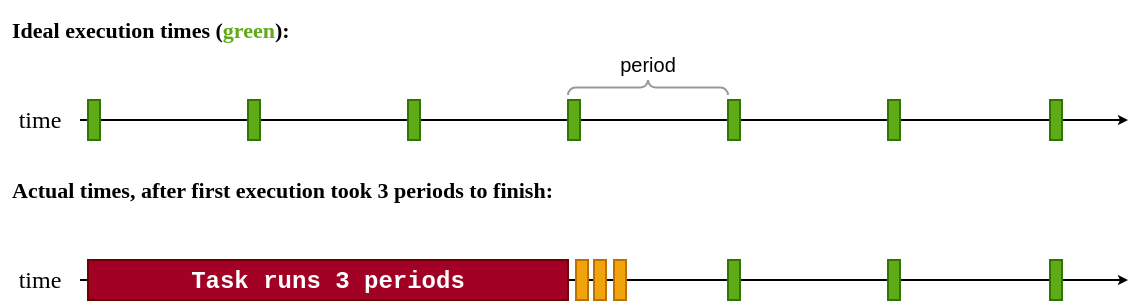
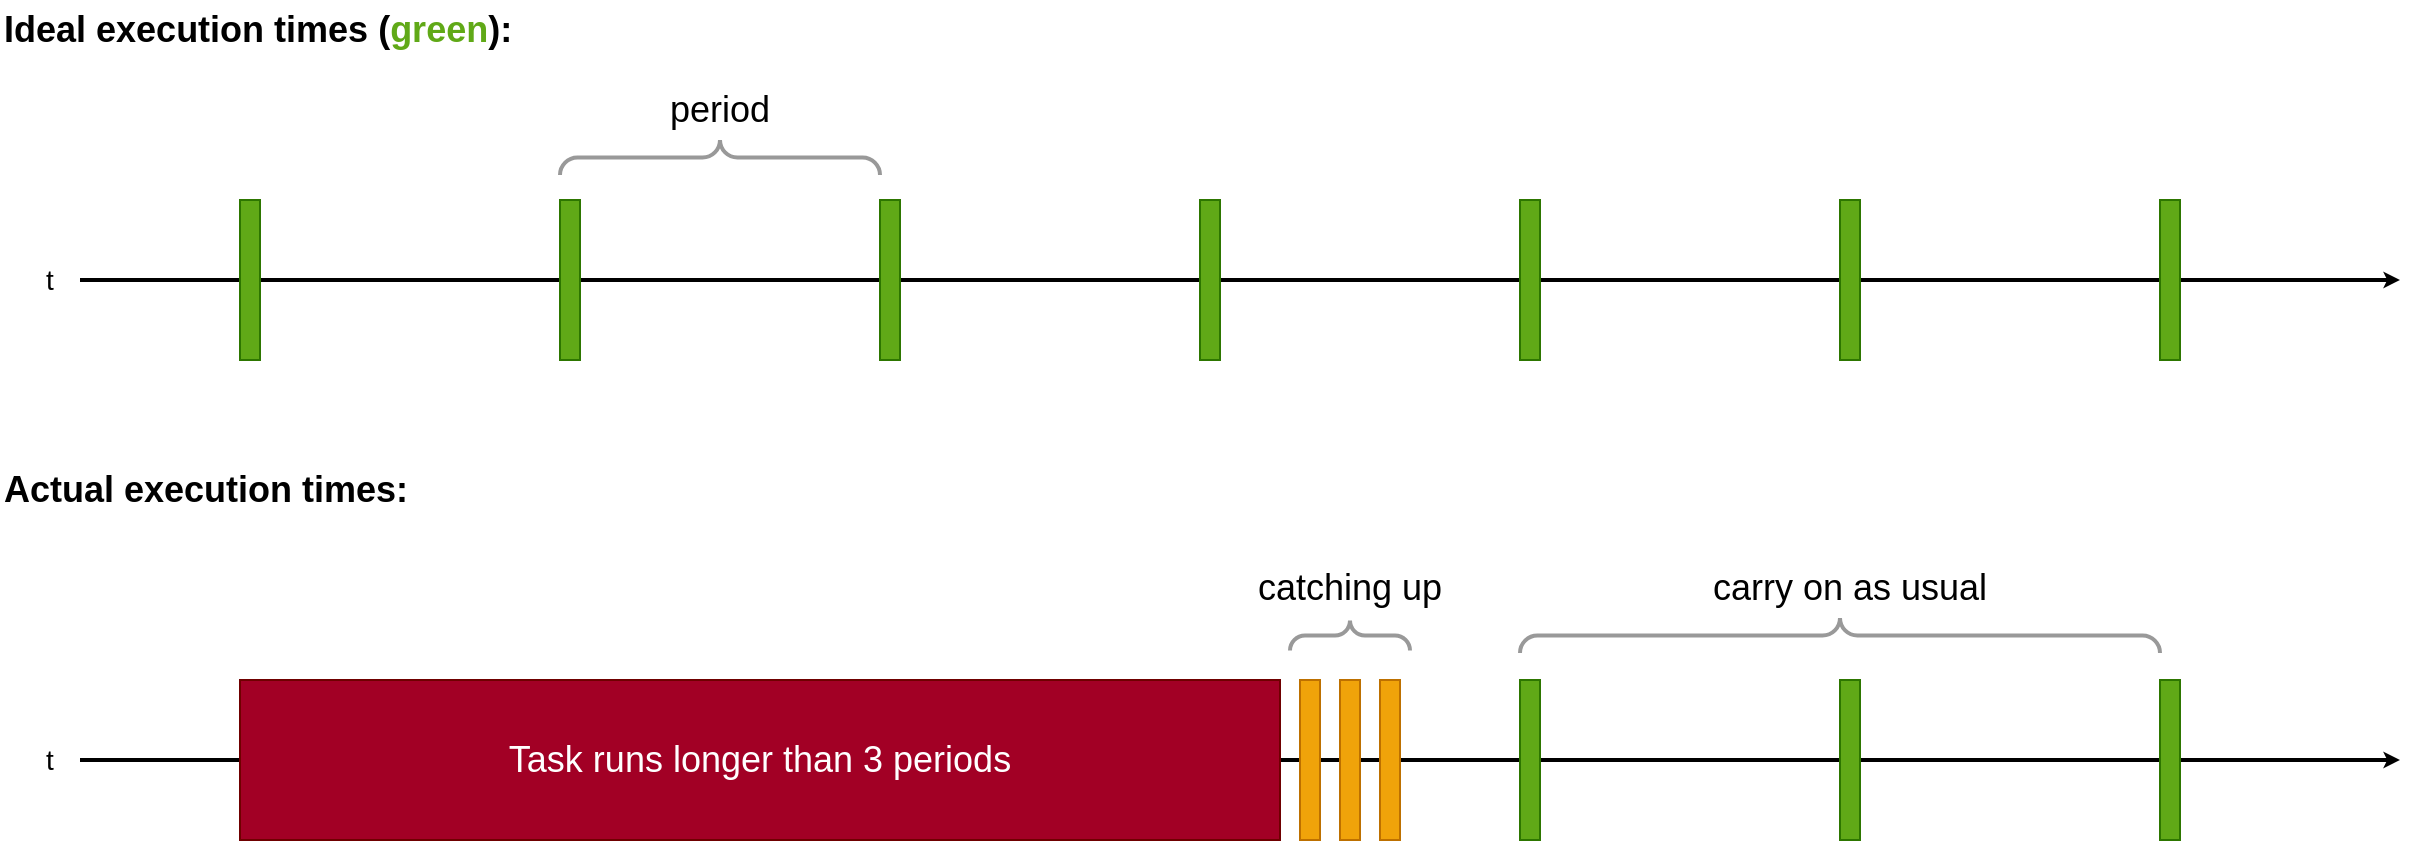
<mxfile host="Electron" agent="Mozilla/5.0 (Macintosh; Intel Mac OS X 10_15_7) AppleWebKit/537.36 (KHTML, like Gecko) draw.io/29.0.3 Chrome/140.0.7339.249 Electron/38.7.0 Safari/537.36" version="29.0.3">
  <diagram name="Page-1" id="5nJHkIAeIIt3vIOJ5f4q">
-     <mxGraphModel dx="2008" dy="697" grid="1" gridSize="10" guides="1" tooltips="1" connect="1" arrows="1" fold="1" page="1" pageScale="1" pageWidth="827" pageHeight="1169" math="0" shadow="0">
+     <mxGraphModel dx="2893" dy="1219" grid="1" gridSize="10" guides="1" tooltips="1" connect="1" arrows="1" fold="1" page="1" pageScale="1" pageWidth="827" pageHeight="1169" background="#ffffff" math="0" shadow="0">
      <root>
        <mxCell id="0" />
        <mxCell id="1" parent="0" />
-         <mxCell id="reIAkX-o64r625ZqEnyy-7" value="" style="endArrow=classic;html=1;rounded=0;fillColor=#f5f5f5;strokeColor=#000000;strokeWidth=1;curved=0;startArrow=none;startFill=0;endFill=1;endSize=2;" parent="1" edge="1" source="-B6i6Y5QRzGt6cvxDbgv-1">
+         <mxCell id="-B6i6Y5QRzGt6cvxDbgv-6" value="" style="verticalLabelPosition=bottom;shadow=0;dashed=0;align=center;html=1;verticalAlign=top;strokeWidth=2;shape=mxgraph.mockup.markup.curlyBrace;whiteSpace=wrap;strokeColor=#999999;" parent="1" vertex="1">
+           <mxGeometry x="-200" y="330" width="160" height="17.5" as="geometry" />
+         </mxCell>
+         <mxCell id="FLYr0ToYYAnT3Yz76uXz-1" value="" style="endArrow=classic;html=1;rounded=0;fillColor=#f5f5f5;strokeColor=#000000;strokeWidth=2;curved=0;startArrow=none;startFill=0;endFill=1;endSize=2;" edge="1" parent="1">
          <mxGeometry width="50" height="50" relative="1" as="geometry">
-             <mxPoint x="30" y="120" as="sourcePoint" />
-             <mxPoint x="560" y="120" as="targetPoint" />
+             <mxPoint x="-440" y="400" as="sourcePoint" />
+             <mxPoint x="720" y="400" as="targetPoint" />
          </mxGeometry>
        </mxCell>
-         <mxCell id="reIAkX-o64r625ZqEnyy-15" value="" style="endArrow=classic;html=1;rounded=0;fillColor=#f5f5f5;strokeColor=#000000;strokeWidth=1;curved=0;startArrow=none;startFill=0;endFill=1;endSize=2;" parent="1" edge="1" source="-B6i6Y5QRzGt6cvxDbgv-3">
+         <mxCell id="FLYr0ToYYAnT3Yz76uXz-2" value="" style="rounded=0;whiteSpace=wrap;html=1;fillColor=#60a917;fontColor=#ffffff;strokeColor=#2D7600;" vertex="1" parent="1">
+           <mxGeometry x="-200" y="360" width="10" height="80" as="geometry" />
+         </mxCell>
+         <mxCell id="FLYr0ToYYAnT3Yz76uXz-4" value="" style="rounded=0;whiteSpace=wrap;html=1;fillColor=#60a917;fontColor=#ffffff;strokeColor=#2D7600;" vertex="1" parent="1">
+           <mxGeometry x="-40" y="360" width="10" height="80" as="geometry" />
+         </mxCell>
+         <mxCell id="FLYr0ToYYAnT3Yz76uXz-5" value="" style="rounded=0;whiteSpace=wrap;html=1;fillColor=#60a917;fontColor=#ffffff;strokeColor=#2D7600;" vertex="1" parent="1">
+           <mxGeometry x="120" y="360" width="10" height="80" as="geometry" />
+         </mxCell>
+         <mxCell id="FLYr0ToYYAnT3Yz76uXz-6" value="" style="rounded=0;whiteSpace=wrap;html=1;fillColor=#60a917;fontColor=#ffffff;strokeColor=#2D7600;" vertex="1" parent="1">
+           <mxGeometry x="280" y="360" width="10" height="80" as="geometry" />
+         </mxCell>
+         <mxCell id="FLYr0ToYYAnT3Yz76uXz-7" value="" style="rounded=0;whiteSpace=wrap;html=1;fillColor=#60a917;fontColor=#ffffff;strokeColor=#2D7600;" vertex="1" parent="1">
+           <mxGeometry x="440" y="360" width="10" height="80" as="geometry" />
+         </mxCell>
+         <mxCell id="FLYr0ToYYAnT3Yz76uXz-8" value="" style="rounded=0;whiteSpace=wrap;html=1;fillColor=#60a917;fontColor=#ffffff;strokeColor=#2D7600;" vertex="1" parent="1">
+           <mxGeometry x="600" y="360" width="10" height="80" as="geometry" />
+         </mxCell>
+         <mxCell id="FLYr0ToYYAnT3Yz76uXz-9" value="" style="rounded=0;whiteSpace=wrap;html=1;fillColor=#60a917;fontColor=#ffffff;strokeColor=#2D7600;" vertex="1" parent="1">
+           <mxGeometry x="-360" y="360" width="10" height="80" as="geometry" />
+         </mxCell>
+         <mxCell id="FLYr0ToYYAnT3Yz76uXz-10" value="&lt;span style=&quot;color: rgb(0, 0, 0);&quot;&gt;&lt;font style=&quot;font-size: 18px;&quot;&gt;period&lt;/font&gt;&lt;/span&gt;" style="text;html=1;whiteSpace=wrap;strokeColor=none;fillColor=none;align=center;verticalAlign=middle;rounded=0;" vertex="1" parent="1">
+           <mxGeometry x="-150" y="300" width="60" height="30" as="geometry" />
+         </mxCell>
+         <mxCell id="FLYr0ToYYAnT3Yz76uXz-11" value="&lt;span&gt;&lt;font style=&quot;font-size: 18px;&quot;&gt;&lt;b style=&quot;&quot;&gt;&lt;font color=&quot;#000000&quot;&gt;Ideal execution times (&lt;/font&gt;&lt;font style=&quot;color: rgb(96, 169, 23);&quot;&gt;green&lt;/font&gt;&lt;font color=&quot;#000000&quot;&gt;):&lt;/font&gt;&lt;/b&gt;&lt;/font&gt;&lt;/span&gt;" style="text;html=1;whiteSpace=wrap;strokeColor=none;fillColor=none;align=left;verticalAlign=middle;rounded=0;" vertex="1" parent="1">
+           <mxGeometry x="-480" y="260" width="400" height="30" as="geometry" />
+         </mxCell>
+         <mxCell id="FLYr0ToYYAnT3Yz76uXz-12" value="&lt;span style=&quot;color: rgb(0, 0, 0); font-size: 14px;&quot;&gt;t&lt;/span&gt;" style="text;html=1;whiteSpace=wrap;strokeColor=none;fillColor=none;align=center;verticalAlign=middle;rounded=0;" vertex="1" parent="1">
+           <mxGeometry x="-470" y="385" width="30" height="30" as="geometry" />
+         </mxCell>
+         <mxCell id="FLYr0ToYYAnT3Yz76uXz-13" value="&lt;font color=&quot;#000000&quot;&gt;&lt;span style=&quot;font-size: 18px;&quot;&gt;&lt;b&gt;Actual execution times:&lt;/b&gt;&lt;/span&gt;&lt;/font&gt;" style="text;html=1;whiteSpace=wrap;strokeColor=none;fillColor=none;align=left;verticalAlign=middle;rounded=0;" vertex="1" parent="1">
+           <mxGeometry x="-480" y="490" width="400" height="30" as="geometry" />
+         </mxCell>
+         <mxCell id="FLYr0ToYYAnT3Yz76uXz-15" value="" style="endArrow=classic;html=1;rounded=0;fillColor=#f5f5f5;strokeColor=#000000;strokeWidth=2;curved=0;startArrow=none;startFill=0;endFill=1;endSize=2;exitX=1;exitY=0.5;exitDx=0;exitDy=0;" edge="1" parent="1" source="FLYr0ToYYAnT3Yz76uXz-16">
          <mxGeometry width="50" height="50" relative="1" as="geometry">
-             <mxPoint y="200" as="sourcePoint" />
-             <mxPoint x="560" y="200" as="targetPoint" />
+             <mxPoint x="-440" y="640" as="sourcePoint" />
+             <mxPoint x="720" y="640" as="targetPoint" />
          </mxGeometry>
        </mxCell>
-         <mxCell id="reIAkX-o64r625ZqEnyy-19" value="&lt;font face=&quot;Courier New&quot;&gt;&lt;b&gt;Task runs 3 periods&lt;/b&gt;&lt;/font&gt;" style="rounded=0;whiteSpace=wrap;html=1;fillColor=#a20025;strokeColor=#6F0000;fontColor=#ffffff;" parent="1" vertex="1">
-           <mxGeometry x="40" y="190" width="240" height="20" as="geometry" />
+         <mxCell id="FLYr0ToYYAnT3Yz76uXz-16" value="&lt;span style=&quot;color: rgb(0, 0, 0); font-size: 14px;&quot;&gt;t&lt;/span&gt;" style="text;html=1;whiteSpace=wrap;strokeColor=none;fillColor=none;align=center;verticalAlign=middle;rounded=0;" vertex="1" parent="1">
+           <mxGeometry x="-470" y="625" width="30" height="30" as="geometry" />
        </mxCell>
-         <mxCell id="reIAkX-o64r625ZqEnyy-23" value="" style="rounded=0;whiteSpace=wrap;html=1;fillColor=#f0a30a;fontColor=#000000;strokeColor=#BD7000;" parent="1" vertex="1">
-           <mxGeometry x="284" y="190" width="6" height="20" as="geometry" />
+         <mxCell id="FLYr0ToYYAnT3Yz76uXz-17" value="&lt;font style=&quot;color: rgb(255, 255, 255); font-size: 18px;&quot;&gt;Task runs longer than 3 periods&lt;/font&gt;" style="rounded=0;whiteSpace=wrap;html=1;fillColor=#a20025;fontColor=#ffffff;strokeColor=#6F0000;" vertex="1" parent="1">
+           <mxGeometry x="-360" y="600" width="520" height="80" as="geometry" />
        </mxCell>
-         <mxCell id="reIAkX-o64r625ZqEnyy-27" value="" style="rounded=0;whiteSpace=wrap;html=1;fillColor=#f0a30a;fontColor=#000000;strokeColor=#BD7000;" parent="1" vertex="1">
-           <mxGeometry x="303" y="190" width="6" height="20" as="geometry" />
+         <mxCell id="FLYr0ToYYAnT3Yz76uXz-19" value="" style="rounded=0;whiteSpace=wrap;html=1;fillColor=#60a917;fontColor=#ffffff;strokeColor=#2D7600;" vertex="1" parent="1">
+           <mxGeometry x="280" y="600" width="10" height="80" as="geometry" />
        </mxCell>
-         <mxCell id="reIAkX-o64r625ZqEnyy-28" value="" style="rounded=0;whiteSpace=wrap;html=1;fillColor=#f0a30a;fontColor=#000000;strokeColor=#BD7000;" parent="1" vertex="1">
-           <mxGeometry x="293" y="190" width="6" height="20" as="geometry" />
+         <mxCell id="FLYr0ToYYAnT3Yz76uXz-20" value="" style="rounded=0;whiteSpace=wrap;html=1;fillColor=#f0a30a;fontColor=#000000;strokeColor=#BD7000;" vertex="1" parent="1">
+           <mxGeometry x="170" y="600" width="10" height="80" as="geometry" />
        </mxCell>
-         <mxCell id="reIAkX-o64r625ZqEnyy-29" value="" style="rounded=0;whiteSpace=wrap;html=1;fillColor=#60a917;fontColor=#ffffff;strokeColor=#2D7600;" parent="1" vertex="1">
-           <mxGeometry x="440" y="190" width="6" height="20" as="geometry" />
+         <mxCell id="FLYr0ToYYAnT3Yz76uXz-21" value="" style="rounded=0;whiteSpace=wrap;html=1;fillColor=#f0a30a;fontColor=#000000;strokeColor=#BD7000;" vertex="1" parent="1">
+           <mxGeometry x="190" y="600" width="10" height="80" as="geometry" />
        </mxCell>
-         <mxCell id="reIAkX-o64r625ZqEnyy-30" value="" style="rounded=0;whiteSpace=wrap;html=1;fillColor=#60a917;fontColor=#ffffff;strokeColor=#2D7600;" parent="1" vertex="1">
-           <mxGeometry x="360" y="190" width="6" height="20" as="geometry" />
+         <mxCell id="FLYr0ToYYAnT3Yz76uXz-22" value="" style="rounded=0;whiteSpace=wrap;html=1;fillColor=#f0a30a;fontColor=#000000;strokeColor=#BD7000;" vertex="1" parent="1">
+           <mxGeometry x="210" y="600" width="10" height="80" as="geometry" />
        </mxCell>
-         <mxCell id="reIAkX-o64r625ZqEnyy-31" value="" style="rounded=0;whiteSpace=wrap;html=1;fillColor=#60a917;fontColor=#ffffff;strokeColor=#2D7600;" parent="1" vertex="1">
-           <mxGeometry x="521" y="190" width="6" height="20" as="geometry" />
+         <mxCell id="FLYr0ToYYAnT3Yz76uXz-23" value="" style="rounded=0;whiteSpace=wrap;html=1;fillColor=#60a917;fontColor=#ffffff;strokeColor=#2D7600;" vertex="1" parent="1">
+           <mxGeometry x="440" y="600" width="10" height="80" as="geometry" />
        </mxCell>
-         <mxCell id="reIAkX-o64r625ZqEnyy-39" value="&lt;font style=&quot;font-size: 11px;&quot; face=&quot;Verdana&quot;&gt;&lt;b style=&quot;&quot;&gt;Ideal execution times (&lt;font style=&quot;color: rgb(96, 169, 23);&quot;&gt;green&lt;/font&gt;):&lt;/b&gt;&lt;/font&gt;" style="text;html=1;whiteSpace=wrap;strokeColor=none;fillColor=none;align=left;verticalAlign=middle;rounded=0;" parent="1" vertex="1">
-           <mxGeometry y="60" width="200" height="30" as="geometry" />
+         <mxCell id="FLYr0ToYYAnT3Yz76uXz-24" value="" style="rounded=0;whiteSpace=wrap;html=1;fillColor=#60a917;fontColor=#ffffff;strokeColor=#2D7600;" vertex="1" parent="1">
+           <mxGeometry x="600" y="600" width="10" height="80" as="geometry" />
        </mxCell>
-         <mxCell id="reIAkX-o64r625ZqEnyy-40" value="&lt;font style=&quot;font-size: 11px;&quot; face=&quot;Verdana&quot;&gt;&lt;b style=&quot;&quot;&gt;Actual times, after first execution took 3 periods to finish:&lt;/b&gt;&lt;/font&gt;" style="text;html=1;whiteSpace=wrap;strokeColor=none;fillColor=none;align=left;verticalAlign=middle;rounded=0;" parent="1" vertex="1">
-           <mxGeometry y="140" width="540" height="30" as="geometry" />
+         <mxCell id="FLYr0ToYYAnT3Yz76uXz-25" value="" style="verticalLabelPosition=bottom;shadow=0;dashed=0;align=center;html=1;verticalAlign=top;strokeWidth=2;shape=mxgraph.mockup.markup.curlyBrace;whiteSpace=wrap;strokeColor=#999999;" vertex="1" parent="1">
+           <mxGeometry x="165" y="569" width="60" height="17.5" as="geometry" />
        </mxCell>
-         <mxCell id="reIAkX-o64r625ZqEnyy-41" value="" style="rounded=0;whiteSpace=wrap;html=1;fillColor=#60a917;fontColor=#ffffff;strokeColor=#2D7600;" parent="1" vertex="1">
-           <mxGeometry x="40" y="110" width="6" height="20" as="geometry" />
+         <mxCell id="FLYr0ToYYAnT3Yz76uXz-26" value="&lt;span style=&quot;color: rgb(0, 0, 0);&quot;&gt;&lt;font style=&quot;font-size: 18px;&quot;&gt;catching up&lt;/font&gt;&lt;/span&gt;" style="text;html=1;whiteSpace=wrap;strokeColor=none;fillColor=none;align=center;verticalAlign=middle;rounded=0;" vertex="1" parent="1">
+           <mxGeometry x="141.25" y="539" width="107.5" height="30" as="geometry" />
        </mxCell>
-         <mxCell id="reIAkX-o64r625ZqEnyy-45" value="" style="rounded=0;whiteSpace=wrap;html=1;fillColor=#60a917;fontColor=#ffffff;strokeColor=#2D7600;" parent="1" vertex="1">
-           <mxGeometry x="120" y="110" width="6" height="20" as="geometry" />
+         <mxCell id="FLYr0ToYYAnT3Yz76uXz-27" value="" style="verticalLabelPosition=bottom;shadow=0;dashed=0;align=center;html=1;verticalAlign=top;strokeWidth=2;shape=mxgraph.mockup.markup.curlyBrace;whiteSpace=wrap;strokeColor=#999999;" vertex="1" parent="1">
+           <mxGeometry x="280" y="569" width="320" height="17.5" as="geometry" />
        </mxCell>
-         <mxCell id="reIAkX-o64r625ZqEnyy-46" value="" style="rounded=0;whiteSpace=wrap;html=1;fillColor=#60a917;fontColor=#ffffff;strokeColor=#2D7600;" parent="1" vertex="1">
-           <mxGeometry x="200" y="110" width="6" height="20" as="geometry" />
-         </mxCell>
-         <mxCell id="reIAkX-o64r625ZqEnyy-47" value="" style="rounded=0;whiteSpace=wrap;html=1;fillColor=#60a917;fontColor=#ffffff;strokeColor=#2D7600;" parent="1" vertex="1">
-           <mxGeometry x="280" y="110" width="6" height="20" as="geometry" />
-         </mxCell>
-         <mxCell id="reIAkX-o64r625ZqEnyy-48" value="" style="rounded=0;whiteSpace=wrap;html=1;fillColor=#60a917;fontColor=#ffffff;strokeColor=#2D7600;" parent="1" vertex="1">
-           <mxGeometry x="360" y="110" width="6" height="20" as="geometry" />
-         </mxCell>
-         <mxCell id="reIAkX-o64r625ZqEnyy-49" value="" style="rounded=0;whiteSpace=wrap;html=1;fillColor=#60a917;fontColor=#ffffff;strokeColor=#2D7600;" parent="1" vertex="1">
-           <mxGeometry x="440" y="110" width="6" height="20" as="geometry" />
-         </mxCell>
-         <mxCell id="reIAkX-o64r625ZqEnyy-50" value="" style="rounded=0;whiteSpace=wrap;html=1;fillColor=#60a917;fontColor=#ffffff;strokeColor=#2D7600;" parent="1" vertex="1">
-           <mxGeometry x="521" y="110" width="6" height="20" as="geometry" />
-         </mxCell>
-         <mxCell id="-B6i6Y5QRzGt6cvxDbgv-1" value="&lt;font face=&quot;Verdana&quot;&gt;time&lt;/font&gt;" style="text;html=1;whiteSpace=wrap;strokeColor=none;fillColor=none;align=center;verticalAlign=middle;rounded=0;" vertex="1" parent="1">
-           <mxGeometry x="-4" y="107.5" width="40" height="25" as="geometry" />
-         </mxCell>
-         <mxCell id="-B6i6Y5QRzGt6cvxDbgv-3" value="&lt;font face=&quot;Verdana&quot;&gt;time&lt;/font&gt;" style="text;html=1;whiteSpace=wrap;strokeColor=none;fillColor=none;align=center;verticalAlign=middle;rounded=0;" vertex="1" parent="1">
-           <mxGeometry x="-4" y="187.5" width="40" height="25" as="geometry" />
-         </mxCell>
-         <mxCell id="-B6i6Y5QRzGt6cvxDbgv-6" value="" style="verticalLabelPosition=bottom;shadow=0;dashed=0;align=center;html=1;verticalAlign=top;strokeWidth=1;shape=mxgraph.mockup.markup.curlyBrace;whiteSpace=wrap;strokeColor=#999999;" vertex="1" parent="1">
-           <mxGeometry x="280" y="100" width="80" height="7.5" as="geometry" />
-         </mxCell>
-         <mxCell id="-B6i6Y5QRzGt6cvxDbgv-7" value="&lt;font style=&quot;font-size: 10px;&quot;&gt;period&lt;/font&gt;" style="text;html=1;whiteSpace=wrap;strokeColor=none;fillColor=none;align=center;verticalAlign=middle;rounded=0;" vertex="1" parent="1">
-           <mxGeometry x="290" y="83.5" width="60" height="16.5" as="geometry" />
+         <mxCell id="FLYr0ToYYAnT3Yz76uXz-28" value="&lt;span style=&quot;color: rgb(0, 0, 0);&quot;&gt;&lt;font style=&quot;font-size: 18px;&quot;&gt;carry on as usual&lt;/font&gt;&lt;/span&gt;" style="text;html=1;whiteSpace=wrap;strokeColor=none;fillColor=none;align=center;verticalAlign=middle;rounded=0;" vertex="1" parent="1">
+           <mxGeometry x="366.13" y="539" width="157.75" height="30" as="geometry" />
        </mxCell>
      </root>
    </mxGraphModel>
  </diagram>
</mxfile>
